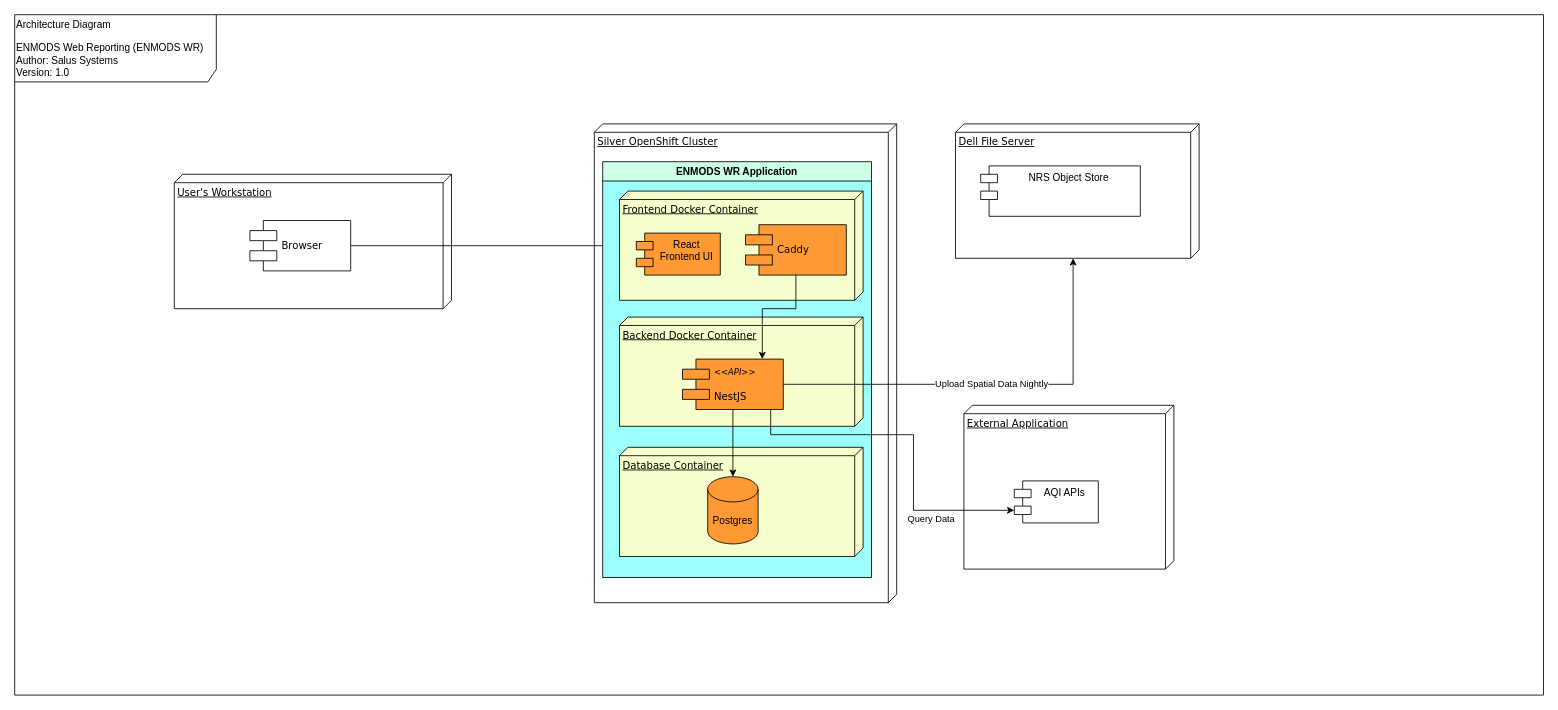
Before: documentation/arch.drawio in bcgov/nr-enmods-wr, a draw.io diagram. Source tidied: cells renumbered, new cells numbered last; positions are measured from the earlier drawing's top-left corner, leaving out a move shared by most shapes. Both pictures are drawn from the tidied source at 84%, with x=0, y=0 at pixel (14, 14).
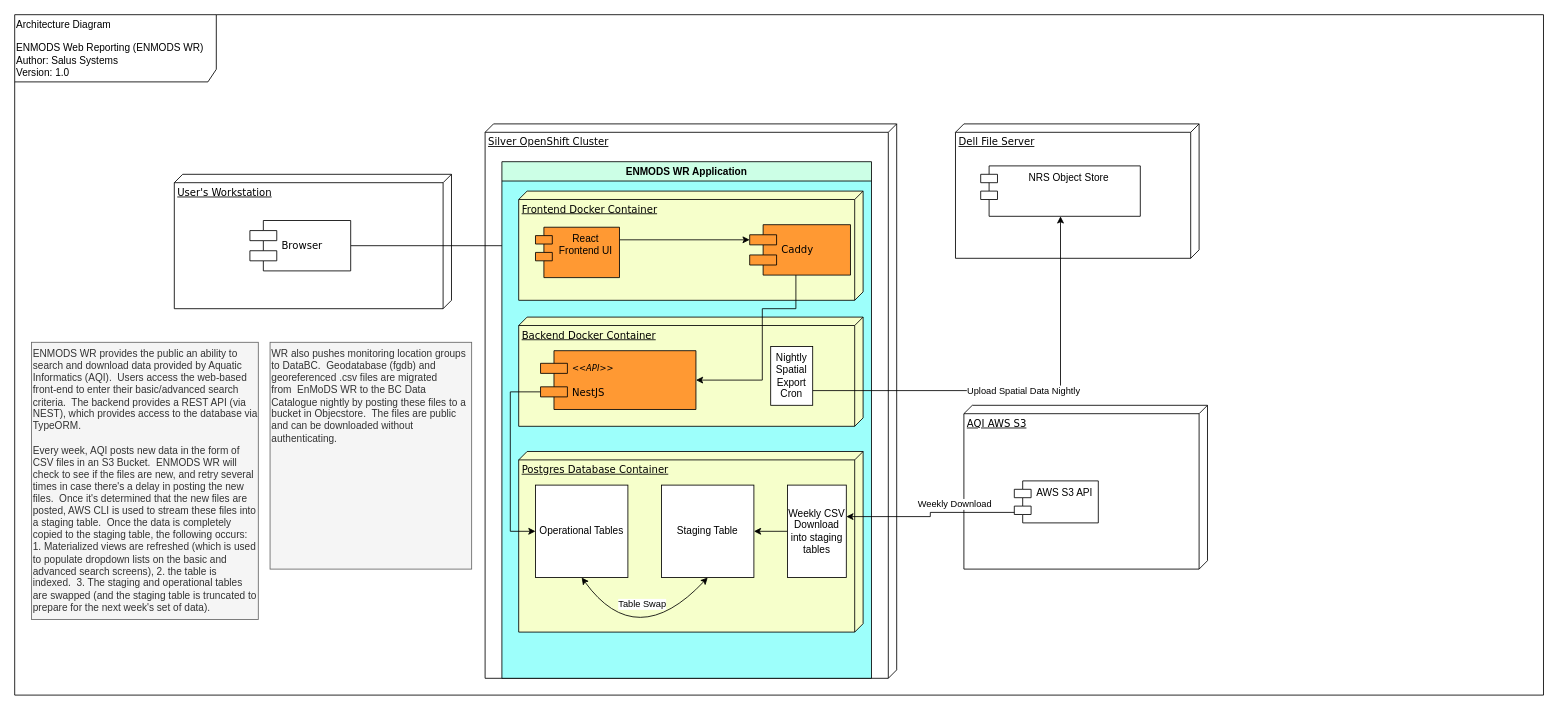
After the change.

The change refers to these unchanged cells:
```xml
<mxCell id="17" value="&lt;div&gt;Dell File Server&lt;/div&gt;" style="verticalAlign=top;align=left;spacingTop=8;spacingLeft=2;spacingRight=12;shape=cube;size=10;direction=south;fontStyle=4;html=1;rounded=0;shadow=0;comic=0;labelBackgroundColor=none;strokeWidth=1;fontFamily=Verdana;fontSize=12;" parent="1" vertex="1">
  <mxGeometry x="1120" y="130" width="290" height="160" as="geometry" />
</mxCell>
<mxCell id="18" value="NRS Object Store" style="shape=module;align=left;spacingLeft=20;align=center;verticalAlign=top;whiteSpace=wrap;html=1;" parent="1" vertex="1">
  <mxGeometry x="1150" y="180" width="190" height="60" as="geometry" />
</mxCell>
```

Change to the diagram source:
```diff
@@
     <mxCell id="3" value="Silver OpenShift Cluster" style="verticalAlign=top;align=left;spacingTop=8;spacingLeft=2;spacingRight=12;shape=cube;size=10;direction=south;fontStyle=4;html=1;rounded=0;shadow=0;comic=0;labelBackgroundColor=none;strokeWidth=1;fontFamily=Verdana;fontSize=12;" parent="1" vertex="1">
-      <mxGeometry x="690" y="130" width="360" height="570" as="geometry" />
+      <mxGeometry x="560" y="130" width="490" height="660" as="geometry" />
     </mxCell>
@@
     <mxCell id="7" value="ENMODS WR Application" style="swimlane;whiteSpace=wrap;html=1;fillColor=#CCFFE6;backgroundOutline=0;swimlaneFillColor=#9DFFFB;" parent="1" vertex="1">
-      <mxGeometry x="700" y="175" width="320" height="495" as="geometry" />
+      <mxGeometry x="580" y="175" width="440" height="615" as="geometry" />
     </mxCell>
+    <mxCell id="12" value="Postgres Database Container" style="verticalAlign=top;align=left;spacingTop=8;spacingLeft=2;spacingRight=12;shape=cube;size=10;direction=south;fontStyle=4;html=1;rounded=0;shadow=0;comic=0;labelBackgroundColor=none;strokeWidth=1;fontFamily=Verdana;fontSize=12;fillColor=#F6FFCB;" parent="7" vertex="1">
+      <mxGeometry x="20" y="345" width="410" height="215" as="geometry" />
+    </mxCell>
     <mxCell id="8" value="Frontend Docker Container" style="verticalAlign=top;align=left;spacingTop=8;spacingLeft=2;spacingRight=12;shape=cube;size=10;direction=south;fontStyle=4;html=1;rounded=0;shadow=0;comic=0;labelBackgroundColor=none;strokeWidth=1;fontFamily=Verdana;fontSize=12;fillColor=#F6FFCB;" parent="1" vertex="1">
-      <mxGeometry x="720" y="210" width="290" height="130" as="geometry" />
+      <mxGeometry x="600" y="210" width="410" height="130" as="geometry" />
     </mxCell>
     <mxCell id="9" value="Caddy" style="shape=component;align=left;spacingLeft=36;rounded=0;shadow=0;comic=0;labelBackgroundColor=none;strokeWidth=1;fontFamily=Verdana;fontSize=12;html=1;fillColor=#FF9933;" parent="1" vertex="1">
-      <mxGeometry x="870" y="250" width="120" height="60" as="geometry" />
+      <mxGeometry x="875" y="250" width="120" height="60" as="geometry" />
     </mxCell>
     <mxCell id="10" value="Backend Docker Container" style="verticalAlign=top;align=left;spacingTop=8;spacingLeft=2;spacingRight=12;shape=cube;size=10;direction=south;fontStyle=4;html=1;rounded=0;shadow=0;comic=0;labelBackgroundColor=none;strokeWidth=1;fontFamily=Verdana;fontSize=12;fillColor=#F6FFCB;" parent="1" vertex="1">
-      <mxGeometry x="720" y="360" width="290" height="130" as="geometry" />
+      <mxGeometry x="600" y="360" width="410" height="130" as="geometry" />
     </mxCell>
+    <mxCell id="24" style="edgeStyle=orthogonalEdgeStyle;rounded=0;jettySize=auto;html=1;exitX=0;exitY=0.7;exitDx=0;exitDy=0;entryX=0;entryY=0.5;entryDx=0;entryDy=0;" parent="1" edge="1" source="11" target="27">
+      <mxGeometry relative="1" as="geometry">
+        <Array as="points">
+          <mxPoint x="590" y="449" />
+          <mxPoint x="590" y="615" />
+        </Array>
+      </mxGeometry>
+    </mxCell>
     <mxCell id="11" value="&lt;div&gt;&lt;i&gt;&lt;font style=&quot;font-size: 10px;&quot;&gt;&amp;lt;&amp;lt;API&amp;gt;&amp;gt;&lt;/font&gt;&lt;/i&gt;&lt;/div&gt;&lt;div&gt;&lt;br&gt;&lt;/div&gt;&lt;div&gt;NestJS&lt;/div&gt;" style="shape=component;align=left;spacingLeft=36;rounded=0;shadow=0;comic=0;labelBackgroundColor=none;strokeWidth=1;fontFamily=Verdana;fontSize=12;html=1;fillColor=#FF9933;" parent="1" vertex="1">
-      <mxGeometry x="795" y="410" width="120" height="60" as="geometry" />
+      <mxGeometry x="626" y="400" width="185" height="70" as="geometry" />
     </mxCell>
-    <mxCell id="12" value="Database Container" style="verticalAlign=top;align=left;spacingTop=8;spacingLeft=2;spacingRight=12;shape=cube;size=10;direction=south;fontStyle=4;html=1;rounded=0;shadow=0;comic=0;labelBackgroundColor=none;strokeWidth=1;fontFamily=Verdana;fontSize=12;fillColor=#F6FFCB;" parent="1" vertex="1">
-      <mxGeometry x="720" y="515" width="290" height="130" as="geometry" />
-    </mxCell>
-    <mxCell id="13" value="Postgres" style="shape=cylinder3;whiteSpace=wrap;html=1;boundedLbl=1;backgroundOutline=1;size=15;fillColor=#FF9933;" parent="1" vertex="1">
-      <mxGeometry x="825" y="550" width="60" height="80" as="geometry" />
-    </mxCell>
-    <mxCell id="14" style="edgeStyle=orthogonalEdgeStyle;rounded=0;jettySize=auto;html=1;exitX=0.5;exitY=1;exitDx=0;exitDy=0;" parent="1" edge="1" source="11" target="13">
-      <mxGeometry relative="1" as="geometry" />
-    </mxCell>
@@
+    <mxCell id="25" style="edgeStyle=orthogonalEdgeStyle;rounded=0;jettySize=auto;html=1;exitX=1;exitY=0.25;exitDx=0;exitDy=0;entryX=0;entryY=0.3;entryDx=0;entryDy=0;" parent="1" edge="1" source="16" target="9">
+      <mxGeometry relative="1" as="geometry" />
+    </mxCell>
     <mxCell id="16" value="React Frontend UI" style="shape=module;align=left;spacingLeft=20;align=center;verticalAlign=top;whiteSpace=wrap;html=1;fillColor=#FF9933;" parent="1" vertex="1">
-      <mxGeometry x="740" y="260" width="100" height="50" as="geometry" />
+      <mxGeometry x="620" y="253" width="100" height="60" as="geometry" />
     </mxCell>
@@
-    <mxCell id="19" value="External Application" style="verticalAlign=top;align=left;spacingTop=8;spacingLeft=2;spacingRight=12;shape=cube;size=10;direction=south;fontStyle=4;html=1;rounded=0;shadow=0;comic=0;labelBackgroundColor=none;strokeWidth=1;fontFamily=Verdana;fontSize=12;" parent="1" vertex="1">
-      <mxGeometry x="1130" y="465" width="250" height="195" as="geometry" />
+    <mxCell id="19" value="AQI AWS S3" style="verticalAlign=top;align=left;spacingTop=8;spacingLeft=2;spacingRight=12;shape=cube;size=10;direction=south;fontStyle=4;html=1;rounded=0;shadow=0;comic=0;labelBackgroundColor=none;strokeWidth=1;fontFamily=Verdana;fontSize=12;" parent="1" vertex="1">
+      <mxGeometry x="1130" y="465" width="290" height="195" as="geometry" />
     </mxCell>
-    <mxCell id="20" value="AQI APIs" style="shape=module;align=center;spacingLeft=20;align=center;verticalAlign=top;whiteSpace=wrap;html=1;" parent="1" vertex="1">
+    <mxCell id="20" value="AWS S3 API" style="shape=module;align=center;spacingLeft=20;align=center;verticalAlign=top;whiteSpace=wrap;html=1;" parent="1" vertex="1">
       <mxGeometry x="1190" y="555" width="100" height="50" as="geometry" />
     </mxCell>
-    <mxCell id="21" style="edgeStyle=orthogonalEdgeStyle;rounded=0;jettySize=auto;html=1;entryX=0;entryY=0;entryDx=0;entryDy=35;entryPerimeter=0;" parent="1" edge="1" target="20">
+    <mxCell id="21" style="edgeStyle=orthogonalEdgeStyle;rounded=0;orthogonalLoop=1;jettySize=auto;html=1;entryX=0;entryY=0;entryDx=0;entryDy=35;entryPerimeter=0;exitX=1;exitY=0.5;exitDx=0;exitDy=0;endArrow=none;endFill=0;startArrow=classic;startFill=1;" parent="1" edge="1">
       <mxGeometry relative="1" as="geometry">
-        <mxPoint x="900" y="470" as="sourcePoint" />
+        <mxPoint x="990" y="597.5" as="sourcePoint" />
+        <mxPoint x="1190" y="592.5" as="targetPoint" />
         <Array as="points">
-          <mxPoint x="900" y="500" />
-          <mxPoint x="1070" y="500" />
-          <mxPoint x="1070" y="590" />
+          <mxPoint x="1090" y="597.5" />
+          <mxPoint x="1090" y="592.5" />
         </Array>
       </mxGeometry>
     </mxCell>
-    <mxCell id="22" value="Query Data" style="edgeLabel;html=1;align=center;verticalAlign=middle;" parent="21" vertex="1">
+    <mxCell id="22" value="Weekly Download" style="edgeLabel;html=1;align=center;verticalAlign=middle;" parent="21" vertex="1">
       <mxGeometry x="0.5" y="-1" relative="1" as="geometry">
-        <mxPoint x="2" y="9" as="offset" />
+        <mxPoint x="-21" y="-11" as="offset" />
       </mxGeometry>
     </mxCell>
-    <mxCell id="23" value="Upload Spatial Data Nightly" style="edgeStyle=orthogonalEdgeStyle;rounded=0;jettySize=auto;html=1;exitX=1;exitY=0.5;exitDx=0;exitDy=0;entryX=0;entryY=0;entryDx=160;entryDy=150;entryPerimeter=0;" parent="1" edge="1" source="11" target="17">
+    <mxCell id="23" value="Upload Spatial Data Nightly" style="edgeStyle=orthogonalEdgeStyle;rounded=0;jettySize=auto;html=1;exitX=1;exitY=0.75;exitDx=0;exitDy=0;entryX=0.5;entryY=1;entryDx=0;entryDy=0;" parent="1" edge="1" source="26" target="18">
       <mxGeometry relative="1" as="geometry" />
     </mxCell>
+    <mxCell id="26" value="Nightly Spatial Export Cron" style="rounded=0;whiteSpace=wrap;html=1;" parent="1" vertex="1">
+      <mxGeometry x="900" y="395" width="50" height="70" as="geometry" />
+    </mxCell>
+    <mxCell id="27" value="Operational Tables" style="whiteSpace=wrap;html=1;" parent="1" vertex="1">
+      <mxGeometry x="620" y="560" width="110" height="110" as="geometry" />
+    </mxCell>
+    <mxCell id="28" value="Staging Table" style="whiteSpace=wrap;html=1;" parent="1" vertex="1">
+      <mxGeometry x="770" y="560" width="110" height="110" as="geometry" />
+    </mxCell>
+    <mxCell id="29" style="edgeStyle=orthogonalEdgeStyle;rounded=0;jettySize=auto;html=1;exitX=0;exitY=0.5;exitDx=0;exitDy=0;entryX=1;entryY=0.5;entryDx=0;entryDy=0;" parent="1" edge="1" source="30" target="28">
+      <mxGeometry relative="1" as="geometry" />
+    </mxCell>
+    <mxCell id="30" value="Weekly CSV Download into staging tables" style="rounded=0;whiteSpace=wrap;html=1;" parent="1" vertex="1">
+      <mxGeometry x="920" y="560" width="70" height="110" as="geometry" />
+    </mxCell>
+    <mxCell id="31" style="curved=1;endArrow=classic;html=1;rounded=0;entryX=0.5;entryY=1;entryDx=0;entryDy=0;exitX=0.5;exitY=1;exitDx=0;exitDy=0;startArrow=classic;startFill=1;" parent="1" edge="1" source="27" target="28">
+      <mxGeometry relative="1" as="geometry">
+        <Array as="points">
+          <mxPoint x="740" y="760" />
+        </Array>
+      </mxGeometry>
+    </mxCell>
+    <mxCell id="32" value="Table Swap" style="edgeLabel;html=1;align=center;verticalAlign=middle;" parent="31" vertex="1">
+      <mxGeometry x="0.45" y="8" relative="1" as="geometry">
+        <mxPoint x="-28" y="-10" as="offset" />
+      </mxGeometry>
+    </mxCell>
+    <mxCell id="33" value="&lt;div&gt;ENMODS WR provides the public an ability to search and download data provided by Aquatic Informatics (AQI).&amp;nbsp; Users access the web-based front-end to enter their basic/advanced search criteria.&amp;nbsp; The backend provides a REST API (via NEST), which provides access to the database via TypeORM.&lt;/div&gt;&lt;div&gt;&lt;br&gt;&lt;/div&gt;&lt;div&gt;Every week, AQI posts new data in the form of CSV files in an S3 Bucket.&amp;nbsp; ENMODS WR will check to see if the files are new, and retry several times in case there's a delay in posting the new files.&amp;nbsp; Once it's determined that the new files are posted, AWS CLI is used to stream these files into a staging table.&amp;nbsp; Once the data is completely copied to the staging table, the following occurs: 1. Materialized views are refreshed (which is used to populate dropdown lists on the basic and advanced search screens), 2. the table is indexed.&amp;nbsp; 3. The staging and operational tables are swapped (and the staging table is truncated to prepare for the next week's set of data).&lt;/div&gt;&lt;div&gt;&lt;br&gt;&lt;/div&gt;&lt;div&gt;&lt;br&gt;&lt;/div&gt;" style="text;html=1;whiteSpace=wrap;strokeColor=#666666;fillColor=#f5f5f5;align=left;verticalAlign=top;rounded=0;fontColor=#333333;glass=0;" parent="1" vertex="1">
+      <mxGeometry x="20" y="390" width="270" height="330" as="geometry" />
+    </mxCell>
+    <mxCell id="34" value="&lt;div&gt;WR also pushes monitoring location groups to DataBC.&amp;nbsp; Geodatabase (fgdb) and georeferenced .csv files are migrated from&amp;nbsp;&amp;nbsp;EnMoDS WR to the BC Data Catalogue nightly by posting these files to a bucket in Objecstore.&amp;nbsp; The files are public and can be downloaded without authenticating.&lt;/div&gt;&lt;div&gt;&lt;br&gt;&lt;/div&gt;" style="text;html=1;whiteSpace=wrap;strokeColor=#666666;fillColor=#f5f5f5;align=left;verticalAlign=top;rounded=0;fontColor=#333333;glass=0;" parent="1" vertex="1">
+      <mxGeometry x="304" y="390" width="240" height="270" as="geometry" />
+    </mxCell>
```
